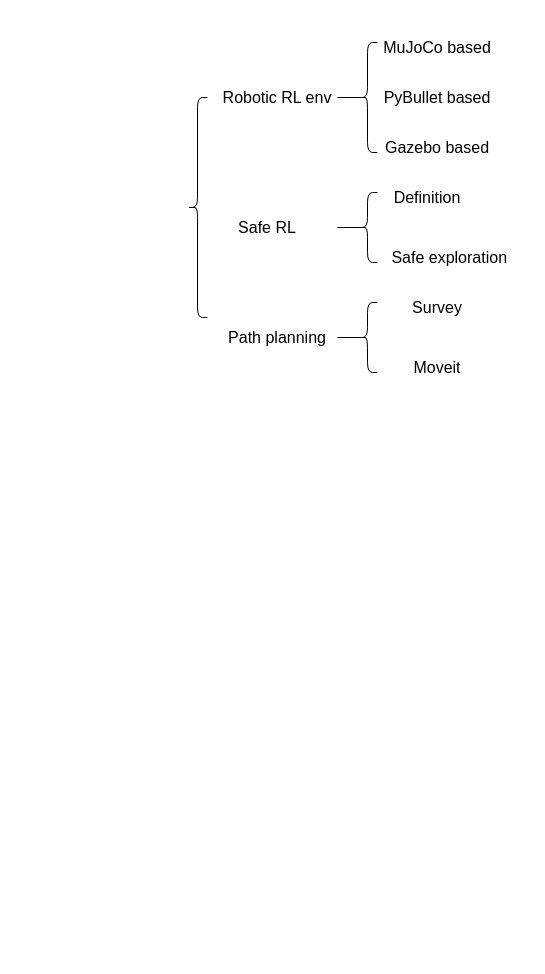
Above: page "Page-1" (1 of 3) of Untitled Diagram.drawio in Gaoyuan-Liu/debug (draw.io), before the change. Source tidied: cells renumbered, new cells numbered last; positions are measured from the earlier drawing's top-left corner, leaving out a move shared by most shapes. Both pictures are drawn from the tidied source at 100%, with x=0, y=0 at pixel (187, 17).
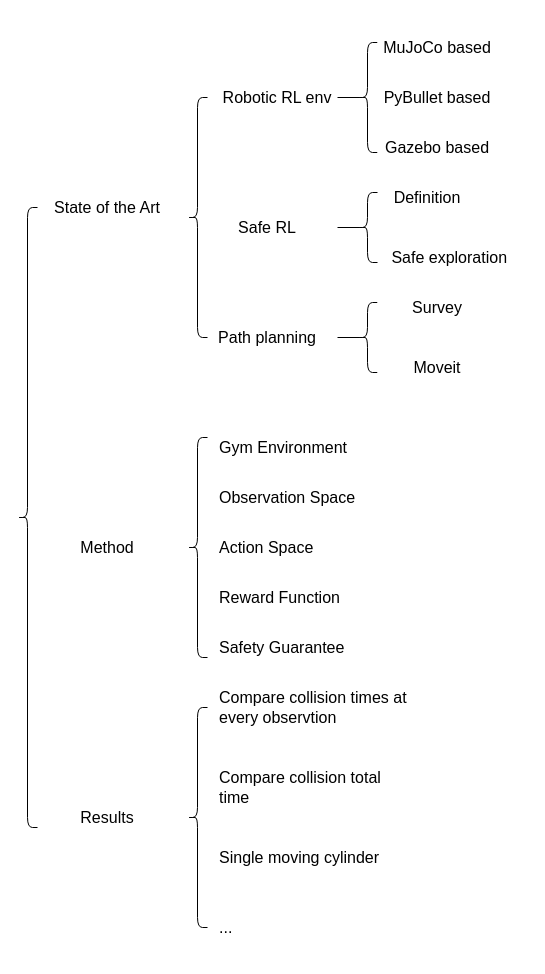
After the change.

Diff of the diagram source:
```diff
@@
     <mxCell id="4" value="Path planning" style="rounded=0;whiteSpace=wrap;html=1;strokeColor=none;fontSize=16;" parent="1" vertex="1">
-      <mxGeometry x="30" y="290" width="120" height="60" as="geometry" />
+      <mxGeometry x="20" y="290" width="120" height="60" as="geometry" />
     </mxCell>
@@
     <mxCell id="7" style="shape=curlyBracket;whiteSpace=wrap;html=1;rounded=1;" parent="1" vertex="1">
-      <mxGeometry y="80" width="20" height="220" as="geometry" />
+      <mxGeometry y="80" width="20" height="240" as="geometry" />
     </mxCell>
@@
+    <mxCell id="19" value="Method" style="rounded=0;whiteSpace=wrap;html=1;strokeColor=none;fontSize=16;" parent="1" vertex="1">
+      <mxGeometry x="-140" y="500" width="120" height="60" as="geometry" />
+    </mxCell>
+    <mxCell id="20" style="shape=curlyBracket;whiteSpace=wrap;html=1;rounded=1;" parent="1" vertex="1">
+      <mxGeometry y="420" width="20" height="220" as="geometry" />
+    </mxCell>
+    <mxCell id="21" value="Gym Environment&amp;nbsp;" style="rounded=0;whiteSpace=wrap;html=1;strokeColor=none;fontSize=16;align=left;" parent="1" vertex="1">
+      <mxGeometry x="30" y="400" width="166" height="60" as="geometry" />
+    </mxCell>
+    <mxCell id="22" value="Observation Space" style="rounded=0;whiteSpace=wrap;html=1;strokeColor=none;fontSize=16;align=left;" parent="1" vertex="1">
+      <mxGeometry x="30" y="450" width="166" height="60" as="geometry" />
+    </mxCell>
+    <mxCell id="23" value="Action Space" style="rounded=0;whiteSpace=wrap;html=1;strokeColor=none;fontSize=16;align=left;" parent="1" vertex="1">
+      <mxGeometry x="30" y="500" width="166" height="60" as="geometry" />
+    </mxCell>
+    <mxCell id="24" value="Safety Guarantee" style="rounded=0;whiteSpace=wrap;html=1;strokeColor=none;fontSize=16;align=left;" parent="1" vertex="1">
+      <mxGeometry x="30" y="600" width="140" height="60" as="geometry" />
+    </mxCell>
+    <mxCell id="25" value="Reward Function" style="rounded=0;whiteSpace=wrap;html=1;strokeColor=none;fontSize=16;align=left;" parent="1" vertex="1">
+      <mxGeometry x="30" y="550" width="166" height="60" as="geometry" />
+    </mxCell>
+    <mxCell id="26" value="State of the Art" style="rounded=0;whiteSpace=wrap;html=1;strokeColor=none;fontSize=16;" parent="1" vertex="1">
+      <mxGeometry x="-140" y="160" width="120" height="60" as="geometry" />
+    </mxCell>
+    <mxCell id="27" value="Results" style="rounded=0;whiteSpace=wrap;html=1;strokeColor=none;fontSize=16;" parent="1" vertex="1">
+      <mxGeometry x="-140" y="770" width="120" height="60" as="geometry" />
+    </mxCell>
+    <mxCell id="28" style="shape=curlyBracket;whiteSpace=wrap;html=1;rounded=1;" parent="1" vertex="1">
+      <mxGeometry x="-170" y="190" width="20" height="620" as="geometry" />
+    </mxCell>
+    <mxCell id="29" style="shape=curlyBracket;whiteSpace=wrap;html=1;rounded=1;" parent="1" vertex="1">
+      <mxGeometry y="690" width="20" height="220" as="geometry" />
+    </mxCell>
+    <mxCell id="30" value="Compare collision times at every observtion" style="rounded=0;whiteSpace=wrap;html=1;strokeColor=none;fontSize=16;align=left;" parent="1" vertex="1">
+      <mxGeometry x="30" y="660" width="190" height="60" as="geometry" />
+    </mxCell>
+    <mxCell id="31" value="Compare collision total time&amp;nbsp;" style="rounded=0;whiteSpace=wrap;html=1;strokeColor=none;fontSize=16;align=left;" parent="1" vertex="1">
+      <mxGeometry x="30" y="740" width="190" height="60" as="geometry" />
+    </mxCell>
+    <mxCell id="32" value="..." style="rounded=0;whiteSpace=wrap;html=1;strokeColor=none;fontSize=16;align=left;" parent="1" vertex="1">
+      <mxGeometry x="30" y="880" width="190" height="60" as="geometry" />
+    </mxCell>
+    <mxCell id="33" value="Single moving cylinder" style="rounded=0;whiteSpace=wrap;html=1;strokeColor=none;fontSize=16;align=left;" parent="1" vertex="1">
+      <mxGeometry x="30" y="810" width="190" height="60" as="geometry" />
+    </mxCell>
```
